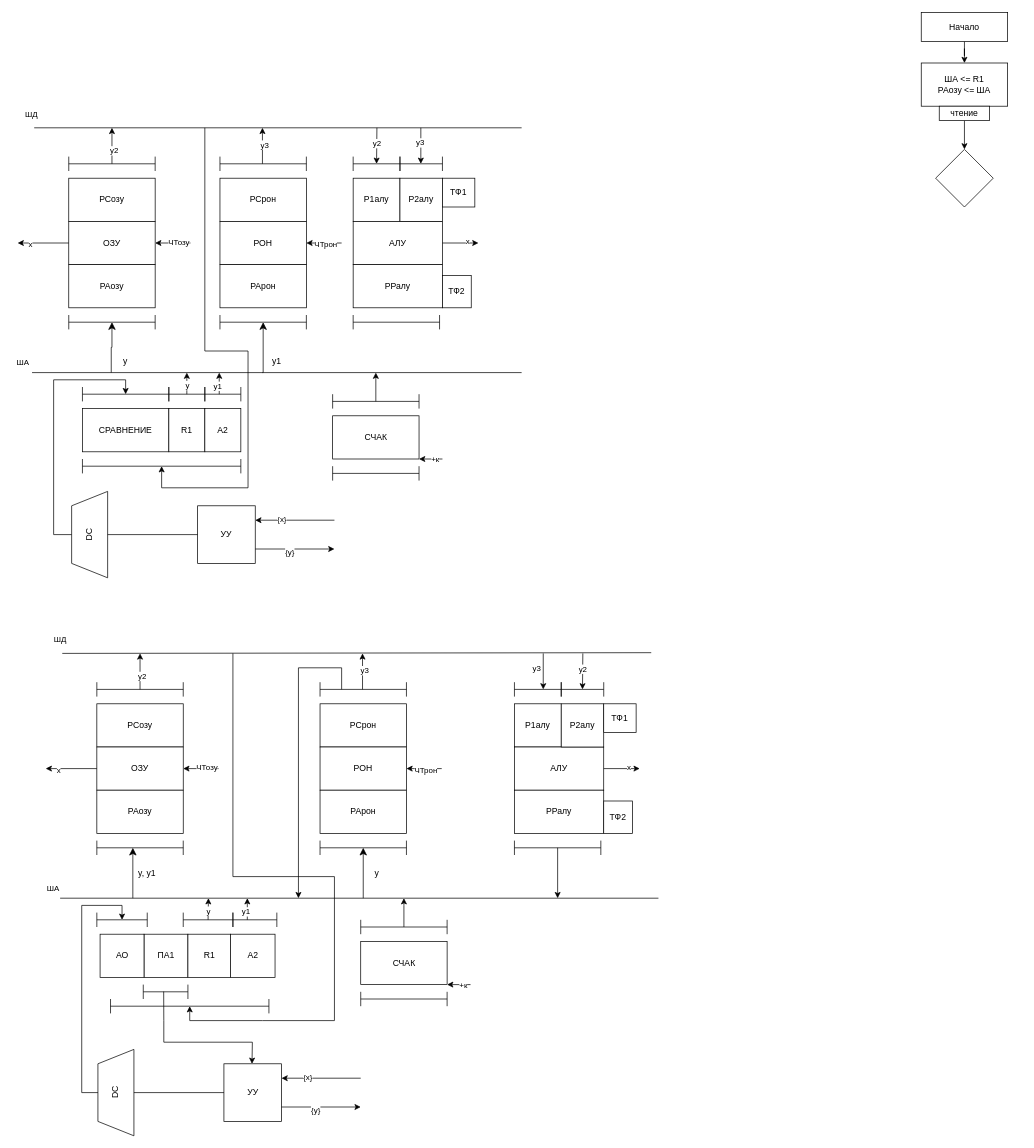
Idontlikeni/fourth_semestr keeps this draw.io diagram as Schematics/Untitled Diagram.drawio. Above is the earlier version. Source tidied: cells renumbered, new cells numbered last; positions are measured from the earlier drawing's top-left corner, leaving out a move shared by most shapes. Both pictures are drawn from the tidied source at 72%, with x=0, y=0 at pixel (17, 12).
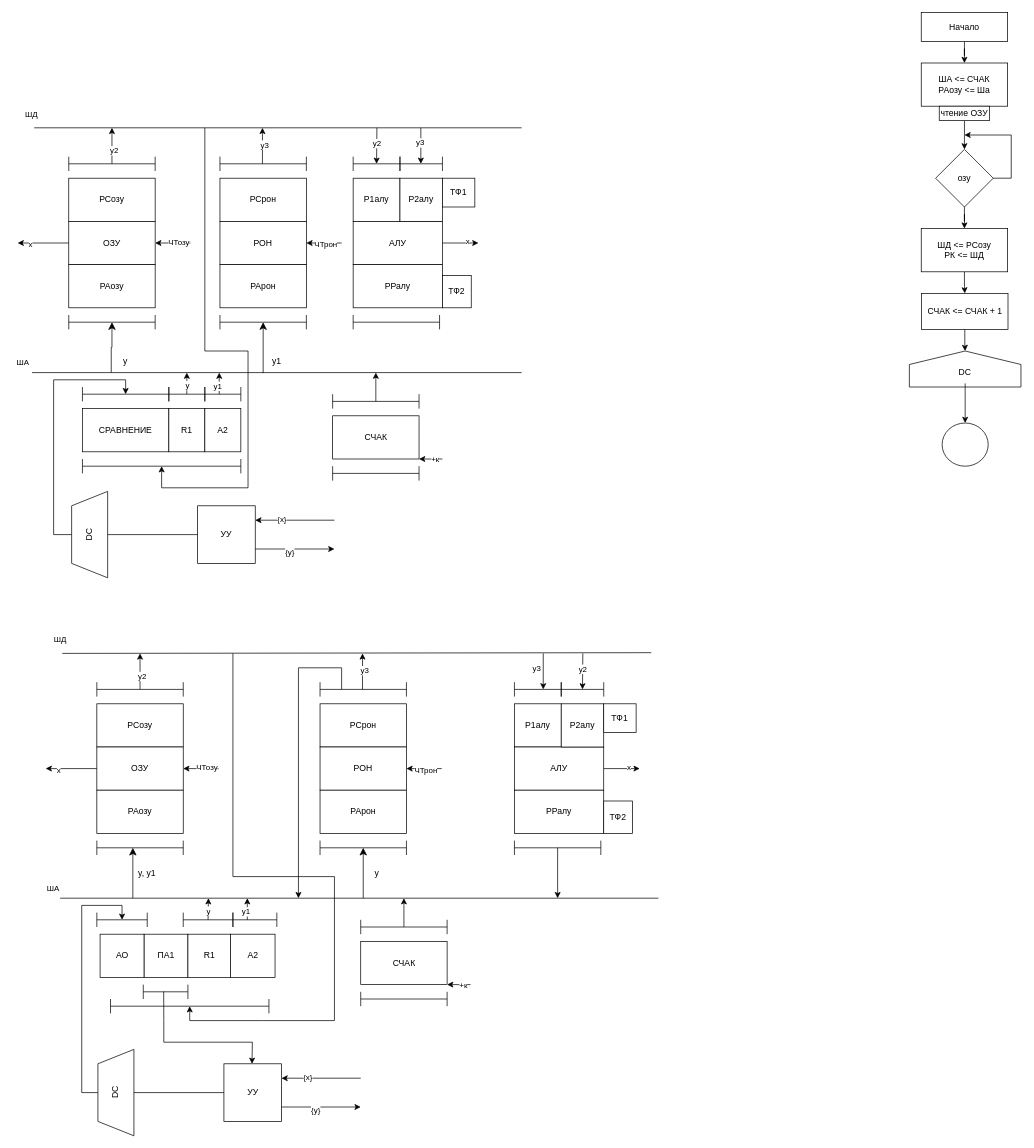
After the change.

Change to the diagram source:
```diff
@@
-    <mxCell id="69" value="ША &amp;lt;= R1&lt;div&gt;РАозу &amp;lt;= ША&lt;/div&gt;" style="rounded=0;whiteSpace=wrap;html=1;" parent="1" vertex="1">
+    <mxCell id="69" value="ША &amp;lt;= СЧАК&lt;div&gt;РАозу &amp;lt;= Ша&lt;/div&gt;" style="rounded=0;whiteSpace=wrap;html=1;" parent="1" vertex="1">
       <mxGeometry x="1255" y="70" width="120" height="60" as="geometry" />
     </mxCell>
@@
-    <mxCell id="71" value="чтение" style="rounded=0;whiteSpace=wrap;html=1;" parent="1" vertex="1">
+    <mxCell id="71" value="чтение ОЗУ" style="rounded=0;whiteSpace=wrap;html=1;" parent="1" vertex="1">
       <mxGeometry x="1280" y="130" width="70" height="20" as="geometry" />
     </mxCell>
@@
+    <mxCell id="151" style="edgeStyle=orthogonalEdgeStyle;rounded=0;jettySize=auto;html=1;" parent="1" edge="1" source="76" target="154">
+      <mxGeometry relative="1" as="geometry" />
+    </mxCell>
-    <mxCell id="76" style="rhombus;whiteSpace=wrap;html=1;" parent="1" vertex="1">
+    <mxCell id="76" value="озу" style="rhombus;whiteSpace=wrap;html=1;" parent="1" vertex="1">
       <mxGeometry x="1275" y="190" width="80" height="80" as="geometry" />
     </mxCell>
@@
+    <mxCell id="152" style="endArrow=classic;html=1;rounded=0;exitX=1;exitY=0.5;exitDx=0;exitDy=0;" parent="1" edge="1" source="76">
+      <mxGeometry relative="1" as="geometry">
+        <mxPoint x="1315" y="170" as="targetPoint" />
+        <Array as="points">
+          <mxPoint x="1380" y="230" />
+          <mxPoint x="1380" y="170" />
+        </Array>
+      </mxGeometry>
+    </mxCell>
+    <mxCell id="153" style="edgeStyle=orthogonalEdgeStyle;rounded=0;jettySize=auto;html=1;entryX=0.5;entryY=0;entryDx=0;entryDy=0;" parent="1" edge="1" source="154" target="157">
+      <mxGeometry relative="1" as="geometry" />
+    </mxCell>
+    <mxCell id="154" value="ШД &amp;lt;= РСозу&lt;div&gt;РК &amp;lt;= ШД&lt;/div&gt;" style="whiteSpace=wrap;html=1;" parent="1" vertex="1">
+      <mxGeometry x="1255" y="300" width="120" height="60" as="geometry" />
+    </mxCell>
+    <mxCell id="155" style="shape=offPageConnector;whiteSpace=wrap;html=1;rotation=-180;" parent="1" vertex="1">
+      <mxGeometry x="1238.5" y="470" width="155" height="50" as="geometry" />
+    </mxCell>
+    <mxCell id="156" style="edgeStyle=orthogonalEdgeStyle;rounded=0;jettySize=auto;html=1;entryX=0.5;entryY=1;entryDx=0;entryDy=0;" parent="1" edge="1" source="157" target="155">
+      <mxGeometry relative="1" as="geometry" />
+    </mxCell>
+    <mxCell id="157" value="СЧАК &amp;lt;= СЧАК + 1" style="rounded=0;whiteSpace=wrap;html=1;" parent="1" vertex="1">
+      <mxGeometry x="1255.5" y="390" width="120" height="50" as="geometry" />
+    </mxCell>
+    <mxCell id="158" style="edgeStyle=orthogonalEdgeStyle;rounded=0;jettySize=auto;html=1;" parent="1" edge="1" source="159" target="160">
+      <mxGeometry relative="1" as="geometry" />
+    </mxCell>
+    <mxCell id="159" value="DC" style="text;html=1;align=center;verticalAlign=middle;whiteSpace=wrap;rounded=0;" parent="1" vertex="1">
+      <mxGeometry x="1286" y="485" width="60" height="30" as="geometry" />
+    </mxCell>
+    <mxCell id="160" style="ellipse;whiteSpace=wrap;html=1;" parent="1" vertex="1">
+      <mxGeometry x="1284" y="570" width="64" height="60" as="geometry" />
+    </mxCell>
```
